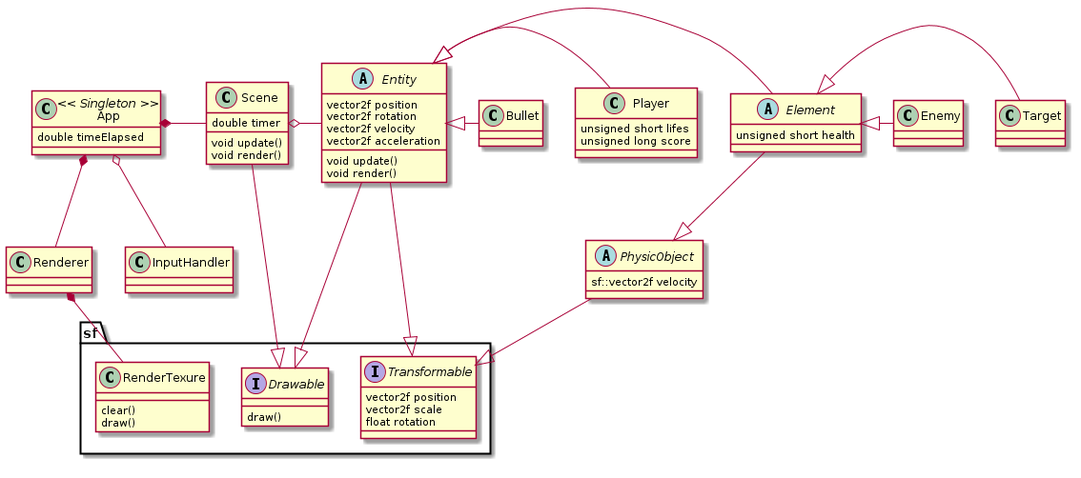
Before: examples/dodger/class_diagram.png, a diagram exported from PlantUML (Pixotters/FROG).
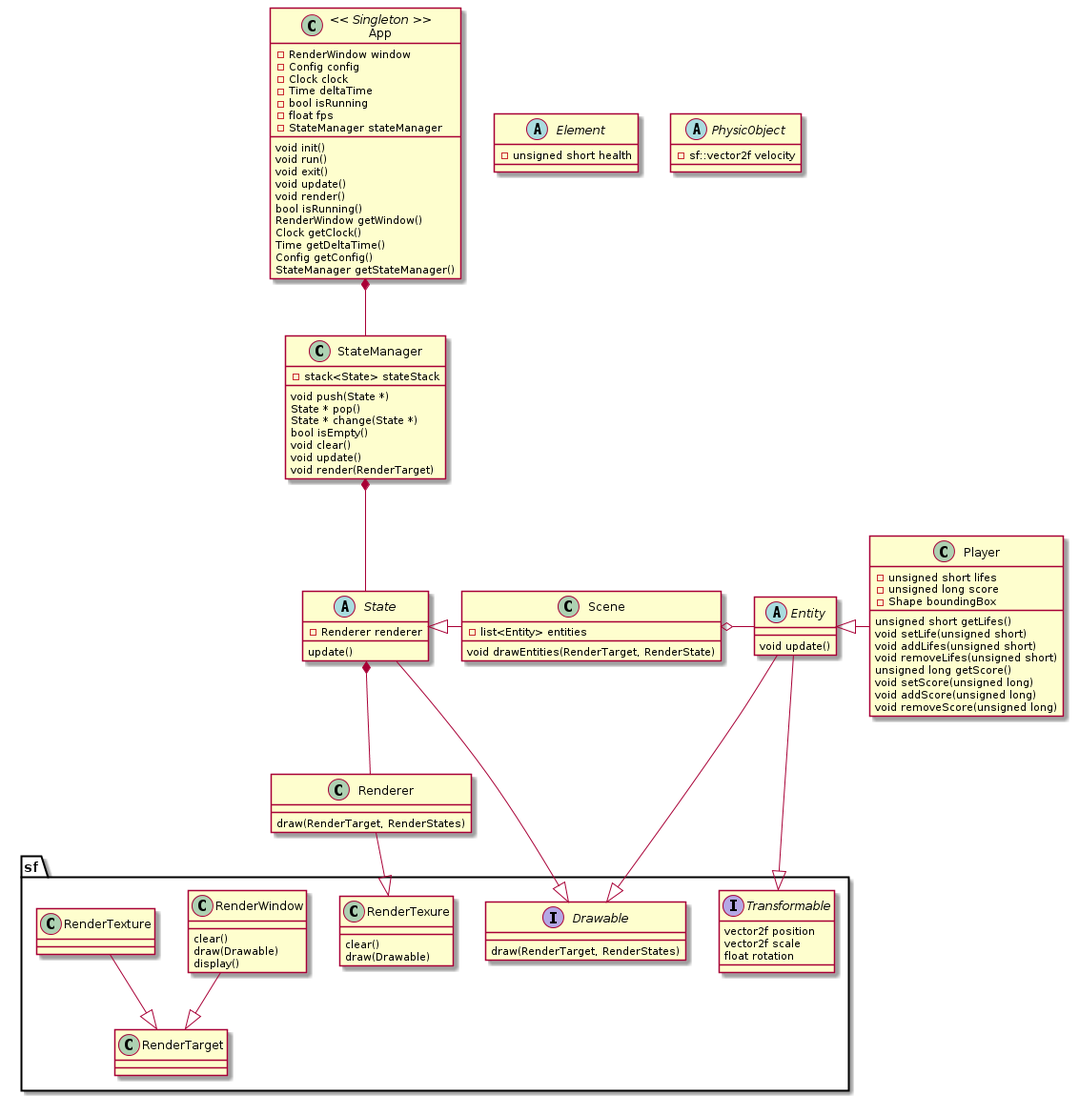
Later version of the same file.

Commit message:
modified class diagram according to changes. unused classes are not shown

What changed in the source:
```diff
@@ -7,60 +7,103 @@
       float rotation
     }
     interface Drawable{
-        draw()
+        draw(RenderTarget, RenderStates)
     }
+    class RenderTarget
     class RenderTexure{
         clear()
-        draw()
+        draw(Drawable)
+    }
+    class RenderWindow{
+          clear()
+          draw(Drawable)
+          display()
     }
 }
 
 class App << Singleton >>{
-      double timeElapsed
+      -RenderWindow window
+      -Config config
+      -Clock clock
+      -Time deltaTime
+      -bool isRunning
+      -float fps
+      -StateManager stateManager
+     void init()
+     void run()
+     void exit()
+     void update()
+     void render()
+     bool isRunning()
+     RenderWindow getWindow()
+     Clock getClock()
+     Time getDeltaTime()
+     Config getConfig()
+     StateManager getStateManager()
+}
+
+class StateManager{
+      -stack<State> stateStack
+      void push(State *)
+      State * pop()
+      State * change(State *)
+      bool isEmpty()
+      void clear()
+      void update()
+      void render(RenderTarget)
+}
+
+abstract class State{
+      -Renderer renderer
+      update()
+}
+
+class Renderer{
+      draw(RenderTarget, RenderStates)
 }
 
 class Scene{
-      double timer
-      void update()
-      void render()
+      -list<Entity> entities
+      void drawEntities(RenderTarget, RenderState)
 }
 
 abstract class Entity{
-      vector2f position
-      vector2f rotation
-      vector2f velocity
-      vector2f acceleration
       void update()
-      void render()
 }
 
 abstract class Element{
-      unsigned short health
+      -unsigned short health
 }
 
 class Player{
-      unsigned short lifes
-      unsigned long score
+      -unsigned short lifes
+      -unsigned long score
+      -Shape boundingBox
+      unsigned short getLifes()
+      void setLife(unsigned short)
+      void addLifes(unsigned short)
+      void removeLifes(unsigned short)
+      unsigned long getScore()
+      void setScore(unsigned long)
+      void addScore(unsigned long)
+      void removeScore(unsigned long)
 }
 
 abstract class PhysicObject{
-         sf::vector2f velocity
+      -sf::vector2f velocity
 }
 
-App o-- InputHandler
-App *-- Renderer
-Renderer *-- sf.RenderTexure
-App *-right- Scene
+App *-- StateManager
+StateManager *-- State
+State --|> sf.Drawable
+State *-- Renderer
+Renderer --|> sf.RenderTexure
+Scene -left-|> State
 Scene o-right- Entity
-Element -left-|> Entity
-Element --|> PhysicObject
-PhysicObject --|> sf.Transformable
-Target -left-|> Element
-Enemy -left-|> Element
-Player -left-|> Entity
-Bullet -left-|> Entity
-Scene --|> sf.Drawable
 Entity --|> sf.Transformable
 Entity --|> sf.Drawable
+Player -left-|> Entity
+sf.RenderWindow --|> sf.RenderTarget
+sf.RenderTexture --|> sf.RenderTarget
 
 @enduml
```
